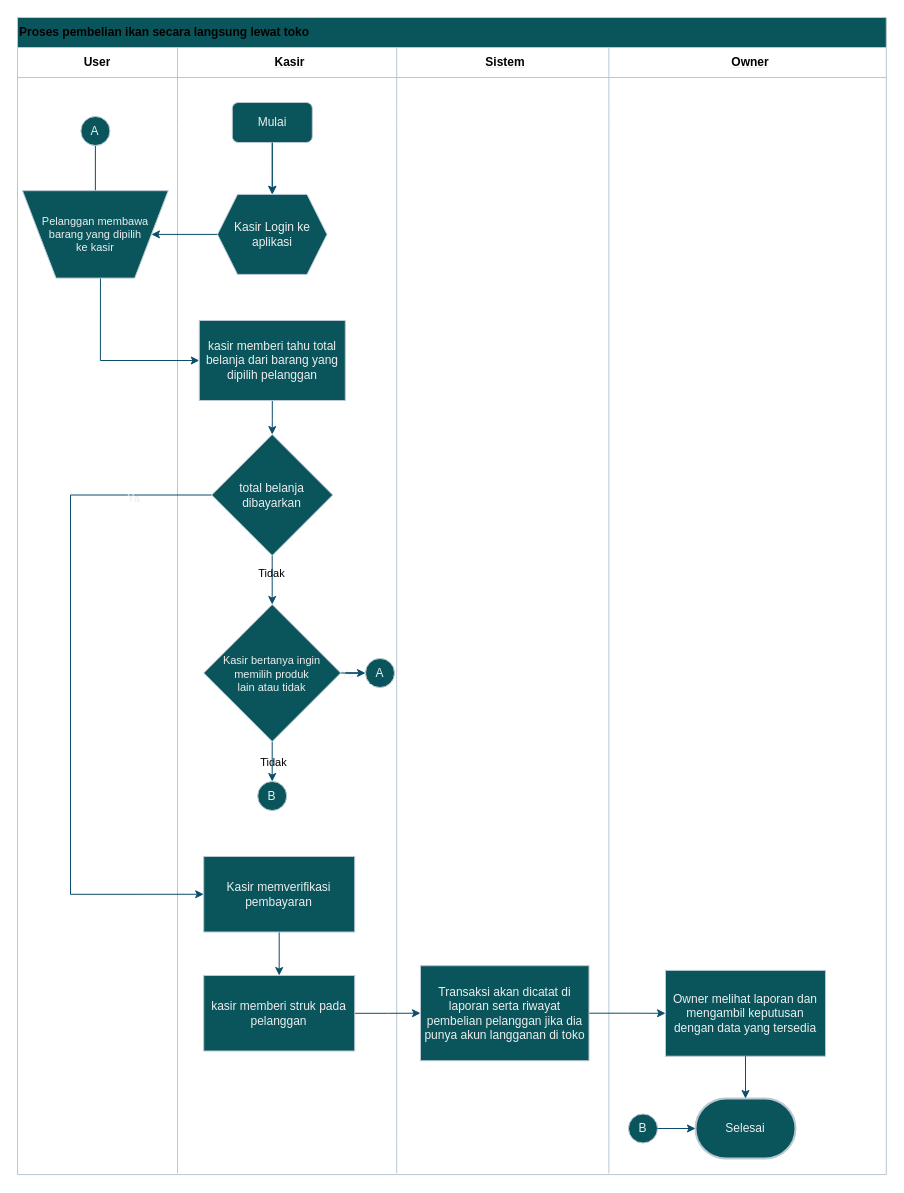
shinoaaa/drawio keeps this draw.io diagram as ikan langsung .drawio. Above is the earlier version. Source tidied: cells renumbered, new cells numbered last; positions are measured from the earlier drawing's top-left corner, leaving out a move shared by most shapes. Both pictures are drawn from the tidied source at 100%, with x=0, y=0 at pixel (17, 17).
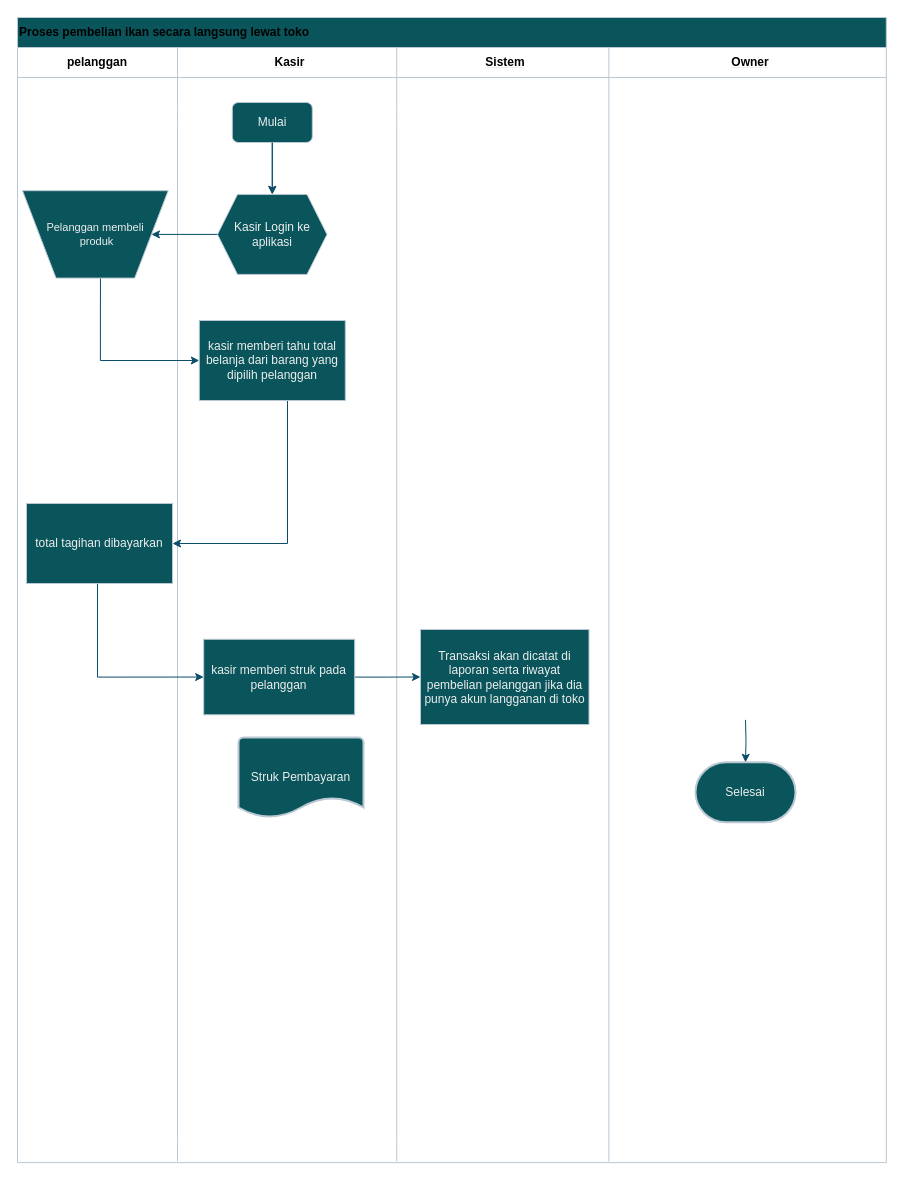
The same page after the edit.

Unchanged cells that the change refers to:
```xml
<mxCell id="3" style="shape=tableRow;horizontal=0;startSize=0;swimlaneHead=0;swimlaneBody=0;fillColor=none;top=0;left=0;right=0;bottom=1;strokeColor=#BAC8D3;labelBackgroundColor=none;fontColor=#EEEEEE;" parent="2" vertex="1">
  <mxGeometry y="30" width="868.8" height="30" as="geometry" />
</mxCell>
<mxCell id="36" value="kasir memberi tahu total belanja dari barang yang dipilih pelanggan" style="rounded=0;whiteSpace=wrap;html=1;strokeColor=#BAC8D3;fontColor=#EEEEEE;fillColor=#09555B;labelBackgroundColor=none;" parent="1" vertex="1">
  <mxGeometry x="181.8" y="303" width="146" height="80" as="geometry" />
</mxCell>
```

What changed in the source:
```diff
@@
     <mxCell id="2" value="&lt;font style=&quot;color: light-dark(rgb(0, 0, 0), rgb(0, 0, 0));&quot;&gt;Proses pembelian ikan secara langsung lewat toko&lt;/font&gt;" style="shape=table;startSize=30;childLayout=tableLayout;rowLines=0;fontStyle=1;align=left;html=1;strokeColor=#BAC8D3;labelBackgroundColor=none;fillColor=#09555B;fontColor=#EEEEEE;" parent="1" vertex="1">
-      <mxGeometry width="868.8" height="1157.1" as="geometry" />
+      <mxGeometry width="868.8" height="1145.1" as="geometry" />
     </mxCell>
@@
-    <mxCell id="4" value="&lt;font style=&quot;color: light-dark(rgb(0, 0, 0), rgb(0, 0, 0));&quot;&gt;User&lt;/font&gt;" style="shape=partialRectangle;fillColor=none;top=0;left=0;bottom=0;right=0;fontStyle=1;overflow=hidden;whiteSpace=wrap;html=1;labelBackgroundColor=none;strokeColor=#BAC8D3;fontColor=#EEEEEE;" parent="3" vertex="1">
+    <mxCell id="4" value="&lt;font style=&quot;color: light-dark(rgb(0, 0, 0), rgb(0, 0, 0));&quot;&gt;pelanggan&lt;/font&gt;" style="shape=partialRectangle;fillColor=none;top=0;left=0;bottom=0;right=0;fontStyle=1;overflow=hidden;whiteSpace=wrap;html=1;labelBackgroundColor=none;strokeColor=#BAC8D3;fontColor=#EEEEEE;" parent="3" vertex="1">
       <mxGeometry width="160" height="30" as="geometry" />
     </mxCell>
@@
     <mxCell id="23" style="shape=tableRow;horizontal=0;startSize=0;swimlaneHead=0;swimlaneBody=0;fillColor=none;top=0;left=0;right=0;bottom=0;labelBackgroundColor=none;strokeColor=#BAC8D3;fontColor=#EEEEEE;" parent="2" vertex="1">
-      <mxGeometry y="1124" width="868.8" height="32" as="geometry" />
+      <mxGeometry y="1124" width="868.8" height="20" as="geometry" />
     </mxCell>
     <mxCell id="24" style="shape=partialRectangle;fillColor=none;top=0;left=0;bottom=0;right=0;overflow=hidden;whiteSpace=wrap;html=1;labelBackgroundColor=none;strokeColor=#BAC8D3;fontColor=#EEEEEE;" parent="23" vertex="1">
-      <mxGeometry width="160" height="32" as="geometry" />
+      <mxGeometry width="160" height="20" as="geometry" />
     </mxCell>
     <mxCell id="25" style="shape=partialRectangle;fillColor=none;top=0;left=0;bottom=0;right=0;align=left;spacingLeft=6;overflow=hidden;whiteSpace=wrap;html=1;labelBackgroundColor=none;strokeColor=#BAC8D3;fontColor=#EEEEEE;" parent="23" vertex="1">
-      <mxGeometry x="160" width="219.2" height="32" as="geometry" />
+      <mxGeometry x="160" width="219.2" height="20" as="geometry" />
     </mxCell>
     <mxCell id="26" style="shape=partialRectangle;fillColor=none;top=0;left=0;bottom=0;right=0;align=left;spacingLeft=6;overflow=hidden;whiteSpace=wrap;html=1;labelBackgroundColor=none;strokeColor=#BAC8D3;fontColor=#EEEEEE;" parent="23" vertex="1">
-      <mxGeometry x="379.2" width="212.2" height="32" as="geometry" />
+      <mxGeometry x="379.2" width="212.2" height="20" as="geometry" />
     </mxCell>
     <mxCell id="27" style="shape=partialRectangle;fillColor=none;top=0;left=0;bottom=0;right=0;align=left;spacingLeft=6;overflow=hidden;whiteSpace=wrap;html=1;labelBackgroundColor=none;strokeColor=#BAC8D3;fontColor=#EEEEEE;" parent="23" vertex="1">
-      <mxGeometry x="591.3" width="277.5" height="32" as="geometry" />
+      <mxGeometry x="591.3" width="277.5" height="20" as="geometry" />
     </mxCell>
@@
-    <mxCell id="35" style="edgeStyle=orthogonalEdgeStyle;rounded=0;jettySize=auto;html=1;entryX=0.5;entryY=0;entryDx=0;entryDy=0;strokeColor=#0B4D6A;labelBackgroundColor=none;fontColor=default;" parent="1" edge="1" source="36" target="43">
-      <mxGeometry relative="1" as="geometry" />
-    </mxCell>
+    <mxCell id="65" style="edgeStyle=orthogonalEdgeStyle;rounded=0;jettySize=auto;html=1;entryX=1;entryY=0.5;entryDx=0;entryDy=0;labelBackgroundColor=none;strokeColor=#0B4D6A;fontColor=default;" parent="1" edge="1" source="36" target="67">
+      <mxGeometry relative="1" as="geometry">
+        <Array as="points">
+          <mxPoint x="270" y="526" />
+        </Array>
+      </mxGeometry>
+    </mxCell>
@@
-    <mxCell id="37" style="edgeStyle=orthogonalEdgeStyle;rounded=0;jettySize=auto;html=1;strokeColor=#0B4D6A;labelBackgroundColor=none;fontColor=default;entryX=0.5;entryY=0;entryDx=0;entryDy=0;" parent="1" edge="1" source="43" target="59">
-      <mxGeometry relative="1" as="geometry" />
+    <mxCell id="37" style="edgeStyle=orthogonalEdgeStyle;rounded=0;orthogonalLoop=1;jettySize=auto;html=1;strokeColor=#0B4D6A;labelBackgroundColor=none;fontColor=default;entryX=0.5;entryY=0;entryDx=0;entryDy=0;" parent="1" edge="1">
+      <mxGeometry relative="1" as="geometry">
+        <mxPoint x="254.8" y="538" as="sourcePoint" />
+      </mxGeometry>
     </mxCell>
@@
-    <mxCell id="40" style="edgeStyle=orthogonalEdgeStyle;rounded=0;jettySize=auto;html=1;entryX=0;entryY=0.5;entryDx=0;entryDy=0;strokeColor=#0B4D6A;labelBackgroundColor=none;fontColor=default;exitX=0;exitY=0.5;exitDx=0;exitDy=0;" parent="1" edge="1" source="43" target="54">
-      <mxGeometry relative="1" as="geometry">
-        <Array as="points">
-          <mxPoint x="53" y="478" />
-          <mxPoint x="53" y="877" />
-        </Array>
-      </mxGeometry>
-    </mxCell>
-    <mxCell id="41" value="Ya" style="edgeLabel;html=1;align=center;verticalAlign=middle;strokeColor=#BAC8D3;fontColor=#EEEEEE;fillColor=#09555B;labelBackgroundColor=none;" parent="40" vertex="1">
-      <mxGeometry x="-0.36" y="-2" relative="1" as="geometry">
-        <mxPoint x="64" y="-72" as="offset" />
-      </mxGeometry>
-    </mxCell>
-    <mxCell id="42" value="Ya" style="edgeLabel;html=1;align=center;verticalAlign=middle;strokeColor=#BAC8D3;fontColor=#EEEEEE;fillColor=#09555B;labelBackgroundColor=none;" parent="40" vertex="1">
-      <mxGeometry x="-0.36" y="-2" relative="1" as="geometry">
-        <mxPoint x="278" y="104" as="offset" />
-      </mxGeometry>
-    </mxCell>
-    <mxCell id="43" value="total belanja dibayarkan" style="rhombus;whiteSpace=wrap;html=1;strokeColor=#BAC8D3;fontColor=#EEEEEE;fillColor=#09555B;labelBackgroundColor=none;" parent="1" vertex="1">
-      <mxGeometry x="194.2" y="417" width="121" height="121" as="geometry" />
-    </mxCell>
-    <mxCell id="44" style="edgeStyle=orthogonalEdgeStyle;rounded=0;jettySize=auto;html=1;entryX=0.5;entryY=0;entryDx=0;entryDy=0;strokeColor=#0B4D6A;labelBackgroundColor=none;fontColor=default;" parent="1" edge="1" source="45" target="56">
-      <mxGeometry relative="1" as="geometry" />
-    </mxCell>
-    <mxCell id="45" value="A" style="ellipse;whiteSpace=wrap;html=1;strokeColor=#BAC8D3;fontColor=#EEEEEE;fillColor=#09555B;labelBackgroundColor=none;" parent="1" vertex="1">
-      <mxGeometry x="63.4" y="99" width="29" height="29" as="geometry" />
-    </mxCell>
-    <mxCell id="46" value="A" style="ellipse;whiteSpace=wrap;html=1;strokeColor=#BAC8D3;fontColor=#EEEEEE;fillColor=#09555B;labelBackgroundColor=none;" parent="1" vertex="1">
-      <mxGeometry x="348" y="641" width="29" height="29" as="geometry" />
-    </mxCell>
-    <mxCell id="47" style="edgeStyle=orthogonalEdgeStyle;rounded=0;orthogonalLoop=1;jettySize=auto;html=1;exitX=0;exitY=1;exitDx=0;exitDy=0;entryX=0.5;entryY=1;entryDx=0;entryDy=0;strokeColor=#0B4D6A;labelBackgroundColor=none;fontColor=default;" parent="1" edge="1" source="46" target="46">
-      <mxGeometry relative="1" as="geometry" />
-    </mxCell>
@@
     <mxCell id="49" value="kasir memberi struk pada pelanggan" style="rounded=0;whiteSpace=wrap;html=1;strokeColor=#BAC8D3;fontColor=#EEEEEE;fillColor=#09555B;labelBackgroundColor=none;" parent="1" vertex="1">
-      <mxGeometry x="186.2" y="958" width="151" height="75.5" as="geometry" />
+      <mxGeometry x="186.2" y="621.8" width="151" height="75.5" as="geometry" />
     </mxCell>
@@
-    <mxCell id="51" style="edgeStyle=orthogonalEdgeStyle;rounded=0;jettySize=auto;html=1;entryX=0;entryY=0.5;entryDx=0;entryDy=0;strokeColor=#0B4D6A;labelBackgroundColor=none;fontColor=default;" parent="1" edge="1" source="52" target="55">
-      <mxGeometry relative="1" as="geometry" />
-    </mxCell>
     <mxCell id="52" value="Transaksi akan dicatat di laporan serta riwayat pembelian pelanggan jika dia punya akun langganan di toko" style="rounded=0;whiteSpace=wrap;html=1;strokeColor=#BAC8D3;fontColor=#EEEEEE;fillColor=#09555B;labelBackgroundColor=none;" parent="1" vertex="1">
-      <mxGeometry x="403" y="948.2" width="168.5" height="95" as="geometry" />
+      <mxGeometry x="403" y="612" width="168.5" height="95" as="geometry" />
     </mxCell>
-    <mxCell id="53" style="edgeStyle=orthogonalEdgeStyle;rounded=0;jettySize=auto;html=1;entryX=0.5;entryY=0;entryDx=0;entryDy=0;strokeColor=#0B4D6A;labelBackgroundColor=none;fontColor=default;" parent="1" edge="1" source="54" target="49">
-      <mxGeometry relative="1" as="geometry" />
-    </mxCell>
-    <mxCell id="54" value="Kasir memverifikasi pembayaran" style="rounded=0;whiteSpace=wrap;html=1;strokeColor=#BAC8D3;fontColor=#EEEEEE;fillColor=#09555B;labelBackgroundColor=none;" parent="1" vertex="1">
-      <mxGeometry x="186.2" y="839" width="151" height="75.5" as="geometry" />
-    </mxCell>
-    <mxCell id="55" value="Owner melihat laporan dan mengambil keputusan dengan data yang tersedia" style="rounded=0;whiteSpace=wrap;html=1;strokeColor=#BAC8D3;fontColor=#EEEEEE;fillColor=#09555B;labelBackgroundColor=none;" parent="1" vertex="1">
-      <mxGeometry x="648" y="952.9" width="160" height="85.8" as="geometry" />
-    </mxCell>
-    <mxCell id="56" value="Pelanggan membawa&lt;div&gt;barang yang dipilih&lt;/div&gt;&lt;div&gt;ke kasir&lt;/div&gt;" style="verticalLabelPosition=middle;verticalAlign=middle;html=1;shape=trapezoid;perimeter=trapezoidPerimeter;whiteSpace=wrap;size=0.23;arcSize=10;flipV=1;labelPosition=center;align=center;labelBackgroundColor=none;fillColor=#09555B;strokeColor=#BAC8D3;fontColor=#EEEEEE;fontSize=11;" parent="1" vertex="1">
+    <mxCell id="56" value="Pelanggan membeli&lt;div&gt;&amp;nbsp;produk&lt;/div&gt;" style="verticalLabelPosition=middle;verticalAlign=middle;html=1;shape=trapezoid;perimeter=trapezoidPerimeter;whiteSpace=wrap;size=0.23;arcSize=10;flipV=1;labelPosition=center;align=center;labelBackgroundColor=none;fillColor=#09555B;strokeColor=#BAC8D3;fontColor=#EEEEEE;fontSize=11;" parent="1" vertex="1">
       <mxGeometry x="5" y="173.2" width="145.7" height="87.4" as="geometry" />
     </mxCell>
-    <mxCell id="57" style="edgeStyle=orthogonalEdgeStyle;rounded=0;jettySize=auto;html=1;entryX=0;entryY=0.5;entryDx=0;entryDy=0;strokeColor=#0B4D6A;labelBackgroundColor=none;fontColor=default;" parent="1" edge="1" source="59" target="46">
-      <mxGeometry relative="1" as="geometry" />
+    <mxCell id="57" style="edgeStyle=orthogonalEdgeStyle;rounded=0;orthogonalLoop=1;jettySize=auto;html=1;entryX=0;entryY=0.5;entryDx=0;entryDy=0;strokeColor=#0B4D6A;labelBackgroundColor=none;fontColor=default;" parent="1" edge="1">
+      <mxGeometry relative="1" as="geometry">
+        <mxPoint x="323.2" y="655.5" as="sourcePoint" />
+      </mxGeometry>
     </mxCell>
-    <mxCell id="58" style="edgeStyle=orthogonalEdgeStyle;rounded=0;jettySize=auto;html=1;entryX=0.5;entryY=0;entryDx=0;entryDy=0;labelBackgroundColor=none;strokeColor=#0B4D6A;fontColor=default;" parent="1" edge="1" source="59" target="61">
-      <mxGeometry relative="1" as="geometry" />
+    <mxCell id="58" style="edgeStyle=orthogonalEdgeStyle;rounded=0;orthogonalLoop=1;jettySize=auto;html=1;entryX=0.5;entryY=0;entryDx=0;entryDy=0;labelBackgroundColor=none;strokeColor=#0B4D6A;fontColor=default;" parent="1" edge="1">
+      <mxGeometry relative="1" as="geometry">
+        <mxPoint x="254.8" y="724" as="sourcePoint" />
+      </mxGeometry>
     </mxCell>
-    <mxCell id="59" value="&lt;span style=&quot;font-size: 11px;&quot;&gt;Kasir bertanya ingin&lt;/span&gt;&lt;div style=&quot;font-size: 11px;&quot;&gt;memilih produk&lt;/div&gt;&lt;div style=&quot;font-size: 11px;&quot;&gt;lain atau tidak&lt;/div&gt;" style="rhombus;whiteSpace=wrap;html=1;strokeColor=#BAC8D3;fontColor=#EEEEEE;fillColor=#09555B;labelBackgroundColor=none;" parent="1" vertex="1">
-      <mxGeometry x="186.2" y="587" width="137" height="137" as="geometry" />
-    </mxCell>
     <mxCell id="60" value="Selesai" style="strokeWidth=2;html=1;shape=mxgraph.flowchart.terminator;whiteSpace=wrap;strokeColor=#BAC8D3;fontColor=#EEEEEE;fillColor=#09555B;labelBackgroundColor=none;" parent="1" vertex="1">
-      <mxGeometry x="678" y="1081" width="100" height="60" as="geometry" />
+      <mxGeometry x="678" y="744.8" width="100" height="60" as="geometry" />
     </mxCell>
-    <mxCell id="61" value="B" style="ellipse;whiteSpace=wrap;html=1;strokeColor=#BAC8D3;fontColor=#EEEEEE;fillColor=#09555B;labelBackgroundColor=none;" parent="1" vertex="1">
-      <mxGeometry x="240.2" y="764" width="29" height="29" as="geometry" />
-    </mxCell>
-    <mxCell id="62" value="B" style="ellipse;whiteSpace=wrap;html=1;strokeColor=#BAC8D3;fontColor=#EEEEEE;fillColor=#09555B;labelBackgroundColor=none;" parent="1" vertex="1">
-      <mxGeometry x="611" y="1096.5" width="29" height="29" as="geometry" />
-    </mxCell>
-    <mxCell id="63" style="edgeStyle=orthogonalEdgeStyle;rounded=0;jettySize=auto;html=1;entryX=0;entryY=0.5;entryDx=0;entryDy=0;entryPerimeter=0;strokeColor=#0B4D6A;" parent="1" edge="1" source="62" target="60">
-      <mxGeometry relative="1" as="geometry" />
-    </mxCell>
-    <mxCell id="64" style="edgeStyle=orthogonalEdgeStyle;rounded=0;jettySize=auto;html=1;entryX=0.5;entryY=0;entryDx=0;entryDy=0;entryPerimeter=0;strokeColor=#0B4D6A;" parent="1" edge="1" source="55" target="60">
-      <mxGeometry relative="1" as="geometry" />
+    <mxCell id="64" style="edgeStyle=orthogonalEdgeStyle;rounded=0;jettySize=auto;html=1;entryX=0.5;entryY=0;entryDx=0;entryDy=0;entryPerimeter=0;strokeColor=#0B4D6A;labelBackgroundColor=none;fontColor=default;" parent="1" edge="1" target="60">
+      <mxGeometry relative="1" as="geometry">
+        <mxPoint x="728" y="702.4" as="sourcePoint" />
+      </mxGeometry>
     </mxCell>
+    <mxCell id="66" style="edgeStyle=orthogonalEdgeStyle;rounded=0;jettySize=auto;html=1;entryX=0;entryY=0.5;entryDx=0;entryDy=0;strokeColor=#0B4D6A;" parent="1" edge="1" source="67" target="49">
+      <mxGeometry relative="1" as="geometry">
+        <Array as="points">
+          <mxPoint x="80" y="660" />
+        </Array>
+      </mxGeometry>
+    </mxCell>
+    <mxCell id="67" value="total tagihan dibayarkan" style="rounded=0;whiteSpace=wrap;html=1;strokeColor=#BAC8D3;fontColor=#EEEEEE;fillColor=#09555B;labelBackgroundColor=none;" parent="1" vertex="1">
+      <mxGeometry x="9" y="486" width="146" height="80" as="geometry" />
+    </mxCell>
+    <mxCell id="68" value="Struk Pembayaran" style="strokeWidth=2;html=1;shape=mxgraph.flowchart.document2;whiteSpace=wrap;size=0.25;strokeColor=#BAC8D3;fontColor=#EEEEEE;fillColor=#09555B;" parent="1" vertex="1">
+      <mxGeometry x="221" y="720" width="125" height="80" as="geometry" />
+    </mxCell>
```
